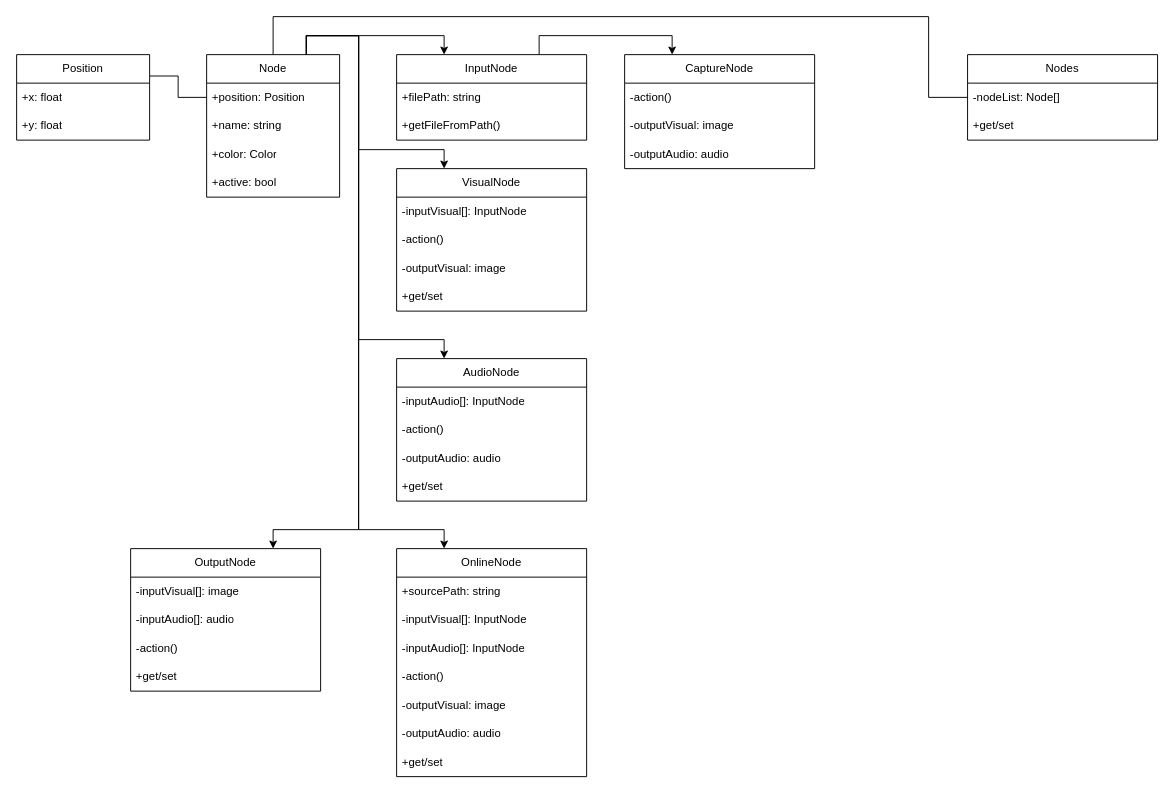
EthernalAsh/Node keeps this draw.io diagram as Diagrams/Node - Class Diagram.drawio. Above is the earlier version. Source tidied: cells renumbered, new cells numbered last; positions are measured from the earlier drawing's top-left corner, leaving out a move shared by most shapes. Both pictures are drawn from the tidied source at 95%, with x=0, y=0 at pixel (16, 16).
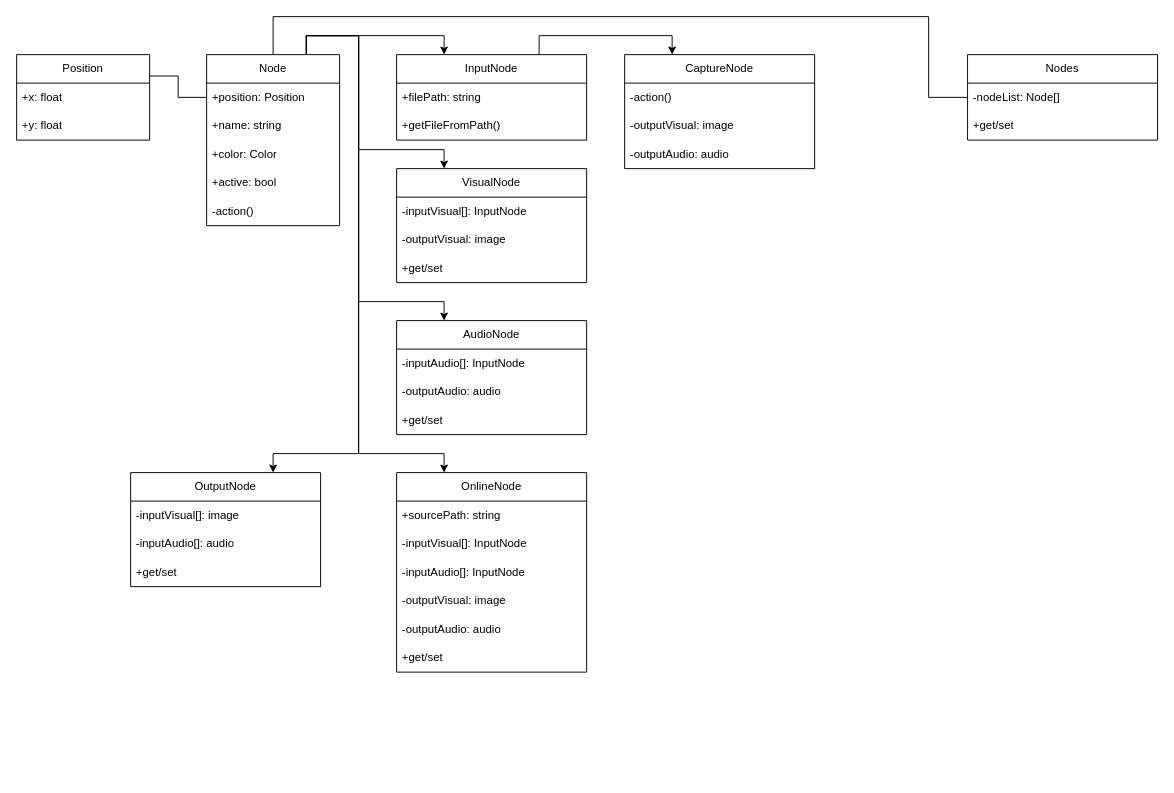
The same page after the edit.

Diff of the diagram source:
```diff
@@
     <mxCell id="8" style="edgeStyle=orthogonalEdgeStyle;rounded=0;jettySize=auto;html=1;exitX=0.75;exitY=0;exitDx=0;exitDy=0;entryX=0.25;entryY=0;entryDx=0;entryDy=0;" parent="1" edge="1" source="12" target="26">
       <mxGeometry relative="1" as="geometry">
         <Array as="points">
           <mxPoint x="305" y="20" />
           <mxPoint x="360" y="20" />
-          <mxPoint x="360" y="340" />
-          <mxPoint x="450" y="340" />
+          <mxPoint x="360" y="300" />
+          <mxPoint x="450" y="300" />
         </Array>
       </mxGeometry>
     </mxCell>
     <mxCell id="9" style="edgeStyle=orthogonalEdgeStyle;rounded=0;jettySize=auto;html=1;exitX=0.75;exitY=0;exitDx=0;exitDy=0;entryX=0.25;entryY=0;entryDx=0;entryDy=0;" parent="1" edge="1" source="12" target="31">
       <mxGeometry relative="1" as="geometry">
         <Array as="points">
           <mxPoint x="305" y="20" />
           <mxPoint x="360" y="20" />
-          <mxPoint x="360" y="540" />
-          <mxPoint x="450" y="540" />
+          <mxPoint x="360" y="460" />
+          <mxPoint x="450" y="460" />
         </Array>
       </mxGeometry>
     </mxCell>
     <mxCell id="10" style="edgeStyle=orthogonalEdgeStyle;rounded=0;jettySize=auto;html=1;exitX=0.75;exitY=0;exitDx=0;exitDy=0;entryX=0.75;entryY=0;entryDx=0;entryDy=0;" parent="1" edge="1" source="12" target="39">
       <mxGeometry relative="1" as="geometry">
         <Array as="points">
           <mxPoint x="305" y="20" />
           <mxPoint x="360" y="20" />
-          <mxPoint x="360" y="540" />
-          <mxPoint x="270" y="540" />
+          <mxPoint x="360" y="460" />
+          <mxPoint x="270" y="460" />
         </Array>
       </mxGeometry>
     </mxCell>
@@
     <mxCell id="12" value="Node" style="swimlane;fontStyle=0;horizontal=1;startSize=30;whiteSpace=wrap;html=1;" parent="1" vertex="1">
-      <mxGeometry x="200" y="40" width="140" height="150" as="geometry" />
+      <mxGeometry x="200" y="40" width="140" height="180" as="geometry" />
     </mxCell>
@@
+    <mxCell id="23" value="-action()" style="text;strokeColor=none;fillColor=none;align=left;verticalAlign=middle;spacingLeft=4;spacingRight=4;overflow=hidden;whiteSpace=wrap;html=1;" parent="12" vertex="1">
+      <mxGeometry y="150" width="140" height="30" as="geometry" />
+    </mxCell>
@@
     <mxCell id="21" value="VisualNode" style="swimlane;fontStyle=0;horizontal=1;startSize=30;whiteSpace=wrap;html=1;" parent="1" vertex="1">
-      <mxGeometry x="400" y="160" width="200" height="150" as="geometry" />
+      <mxGeometry x="400" y="160" width="200" height="120" as="geometry" />
     </mxCell>
@@
-    <mxCell id="23" value="-action()" style="text;strokeColor=none;fillColor=none;align=left;verticalAlign=middle;spacingLeft=4;spacingRight=4;overflow=hidden;whiteSpace=wrap;html=1;" parent="21" vertex="1">
-      <mxGeometry y="60" width="200" height="30" as="geometry" />
-    </mxCell>
     <mxCell id="24" value="-outputVisual: image" style="text;strokeColor=none;fillColor=none;align=left;verticalAlign=middle;spacingLeft=4;spacingRight=4;overflow=hidden;whiteSpace=wrap;html=1;" parent="21" vertex="1">
-      <mxGeometry y="90" width="200" height="30" as="geometry" />
+      <mxGeometry y="60" width="200" height="30" as="geometry" />
     </mxCell>
     <mxCell id="25" value="+get/set" style="text;strokeColor=none;fillColor=none;align=left;verticalAlign=middle;spacingLeft=4;spacingRight=4;overflow=hidden;whiteSpace=wrap;html=1;" parent="21" vertex="1">
-      <mxGeometry y="120" width="200" height="30" as="geometry" />
+      <mxGeometry y="90" width="200" height="30" as="geometry" />
     </mxCell>
     <mxCell id="26" value="AudioNode" style="swimlane;fontStyle=0;horizontal=1;startSize=30;whiteSpace=wrap;html=1;" parent="1" vertex="1">
-      <mxGeometry x="400" y="360" width="200" height="150" as="geometry" />
+      <mxGeometry x="400" y="320" width="200" height="120" as="geometry" />
     </mxCell>
@@
-    <mxCell id="28" value="-action()" style="text;strokeColor=none;fillColor=none;align=left;verticalAlign=middle;spacingLeft=4;spacingRight=4;overflow=hidden;whiteSpace=wrap;html=1;" parent="26" vertex="1">
-      <mxGeometry y="60" width="200" height="30" as="geometry" />
-    </mxCell>
     <mxCell id="29" value="-outputAudio: audio" style="text;strokeColor=none;fillColor=none;align=left;verticalAlign=middle;spacingLeft=4;spacingRight=4;overflow=hidden;whiteSpace=wrap;html=1;" parent="26" vertex="1">
-      <mxGeometry y="90" width="200" height="30" as="geometry" />
+      <mxGeometry y="60" width="200" height="30" as="geometry" />
     </mxCell>
     <mxCell id="30" value="+get/set" style="text;strokeColor=none;fillColor=none;align=left;verticalAlign=middle;spacingLeft=4;spacingRight=4;overflow=hidden;whiteSpace=wrap;html=1;" parent="26" vertex="1">
-      <mxGeometry y="120" width="200" height="30" as="geometry" />
+      <mxGeometry y="90" width="200" height="30" as="geometry" />
     </mxCell>
     <mxCell id="31" value="OnlineNode" style="swimlane;fontStyle=0;horizontal=1;startSize=30;whiteSpace=wrap;html=1;" parent="1" vertex="1">
-      <mxGeometry x="400" y="560" width="200" height="240" as="geometry" />
+      <mxGeometry x="400" y="480" width="200" height="210" as="geometry" />
     </mxCell>
@@
-    <mxCell id="35" value="-action()" style="text;strokeColor=none;fillColor=none;align=left;verticalAlign=middle;spacingLeft=4;spacingRight=4;overflow=hidden;whiteSpace=wrap;html=1;" parent="31" vertex="1">
-      <mxGeometry y="120" width="200" height="30" as="geometry" />
-    </mxCell>
     <mxCell id="36" value="-outputVisual: image" style="text;strokeColor=none;fillColor=none;align=left;verticalAlign=middle;spacingLeft=4;spacingRight=4;overflow=hidden;whiteSpace=wrap;html=1;" parent="31" vertex="1">
-      <mxGeometry y="150" width="200" height="30" as="geometry" />
+      <mxGeometry y="120" width="200" height="30" as="geometry" />
     </mxCell>
     <mxCell id="37" value="-outputAudio: audio" style="text;strokeColor=none;fillColor=none;align=left;verticalAlign=middle;spacingLeft=4;spacingRight=4;overflow=hidden;whiteSpace=wrap;html=1;" parent="31" vertex="1">
-      <mxGeometry y="180" width="200" height="30" as="geometry" />
+      <mxGeometry y="150" width="200" height="30" as="geometry" />
     </mxCell>
     <mxCell id="38" value="+get/set" style="text;strokeColor=none;fillColor=none;align=left;verticalAlign=middle;spacingLeft=4;spacingRight=4;overflow=hidden;whiteSpace=wrap;html=1;" parent="31" vertex="1">
-      <mxGeometry y="210" width="200" height="30" as="geometry" />
+      <mxGeometry y="180" width="200" height="30" as="geometry" />
     </mxCell>
     <mxCell id="39" value="OutputNode" style="swimlane;fontStyle=0;horizontal=1;startSize=30;whiteSpace=wrap;html=1;" parent="1" vertex="1">
-      <mxGeometry x="120" y="560" width="200" height="150" as="geometry" />
+      <mxGeometry x="120" y="480" width="200" height="120" as="geometry" />
     </mxCell>
@@
-    <mxCell id="42" value="-action()" style="text;strokeColor=none;fillColor=none;align=left;verticalAlign=middle;spacingLeft=4;spacingRight=4;overflow=hidden;whiteSpace=wrap;html=1;" parent="39" vertex="1">
-      <mxGeometry y="90" width="200" height="30" as="geometry" />
-    </mxCell>
     <mxCell id="43" value="+get/set" style="text;strokeColor=none;fillColor=none;align=left;verticalAlign=middle;spacingLeft=4;spacingRight=4;overflow=hidden;whiteSpace=wrap;html=1;" parent="39" vertex="1">
-      <mxGeometry y="120" width="200" height="30" as="geometry" />
+      <mxGeometry y="90" width="200" height="30" as="geometry" />
     </mxCell>
```
